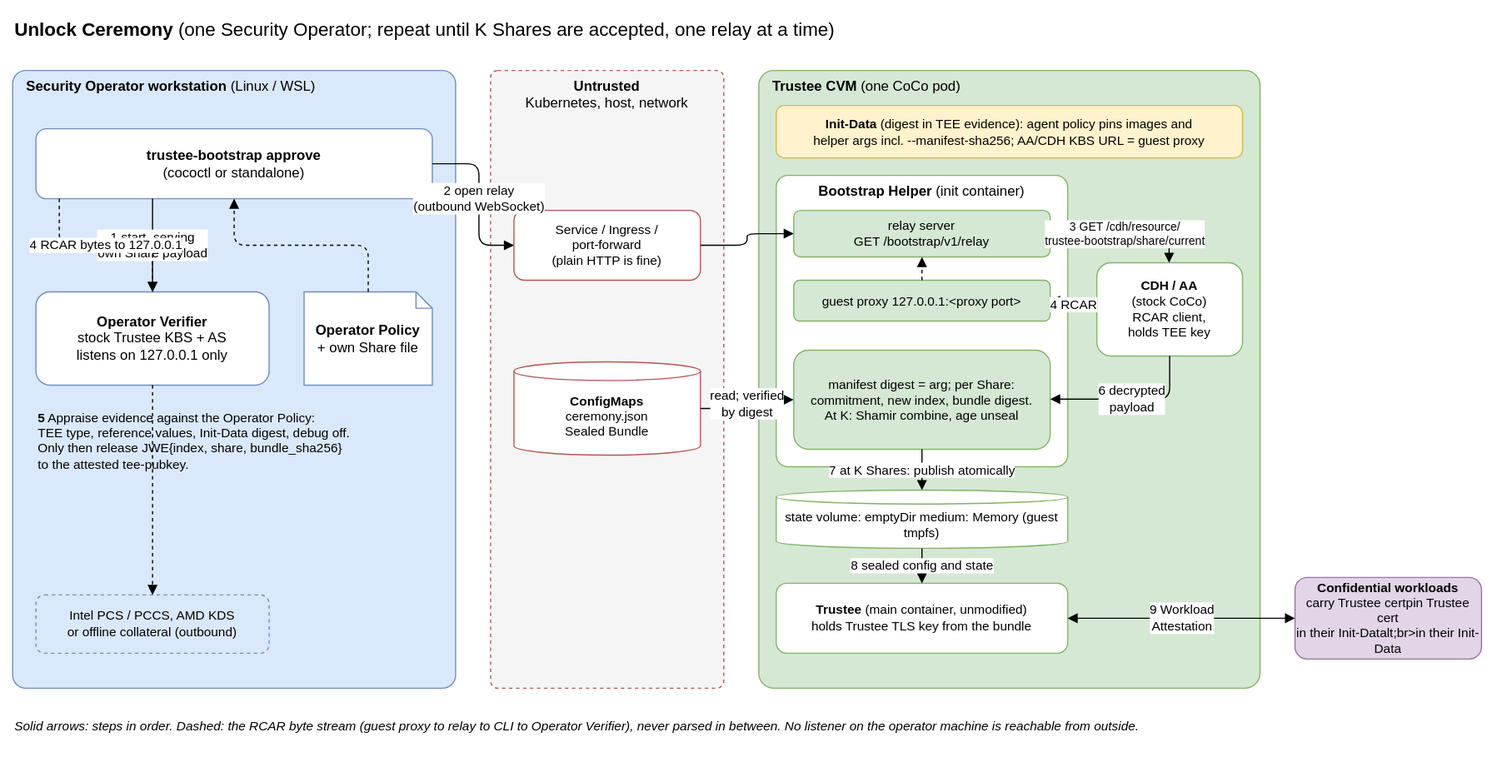
Before: docs/diagrams/unlock-ceremony.drawio.svg, a diagram exported from draw.io (bpradipt/trustee-bootstrap). Source tidied: cells renumbered, new cells last; positions are measured from the earlier drawing's top-left corner, leaving out a move shared by most shapes.
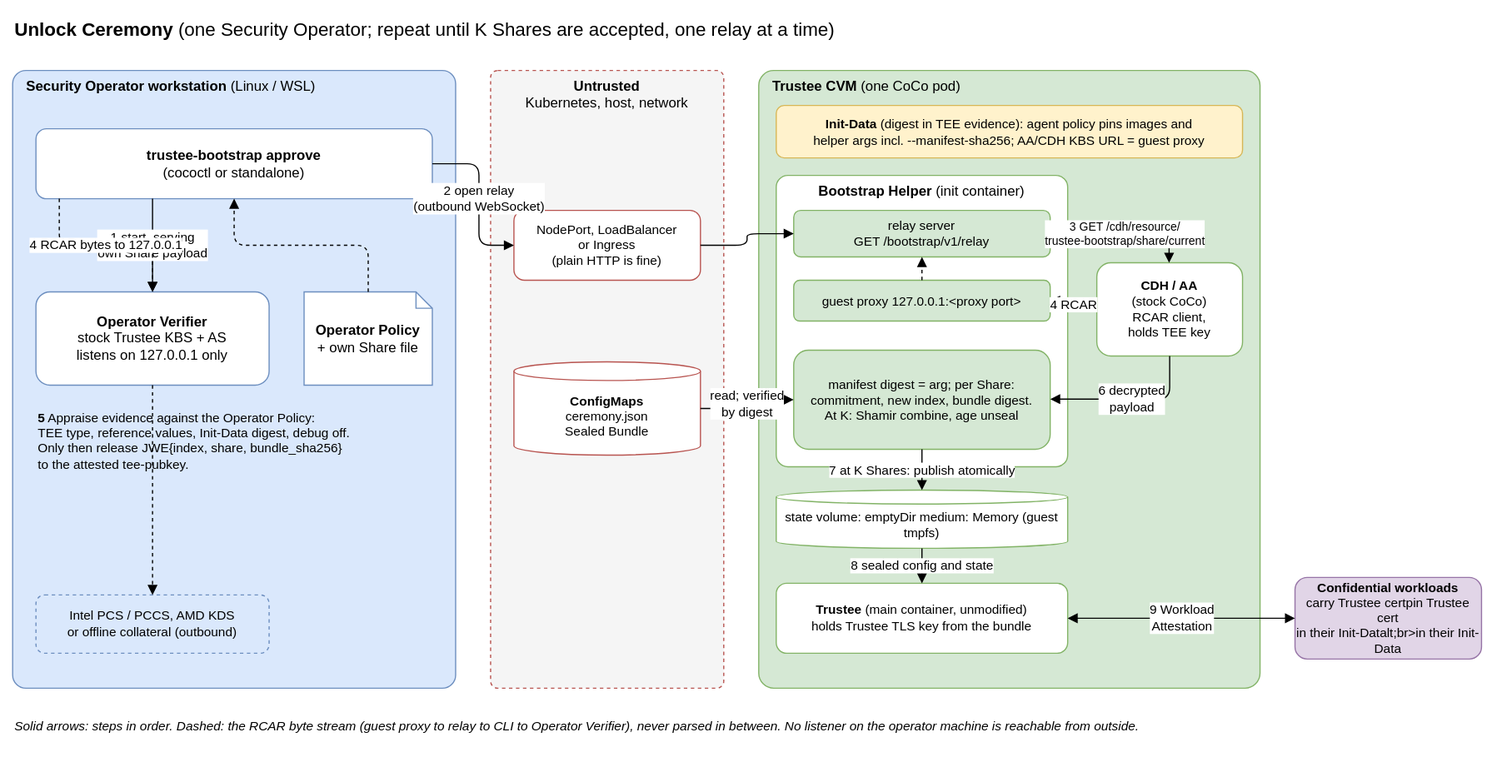
Later version of the same file.

Commit message:
Stop suggesting kubectl port-forward to reach the helper

The edit, as a diff of the source:
```diff
@@ -26,7 +26,7 @@
     <mxCell id="9" value="&lt;b&gt;Untrusted&lt;/b&gt;&lt;br&gt;Kubernetes, host, network" style="rounded=1;arcSize=3;dashed=1;whiteSpace=wrap;html=1;verticalAlign=top;fillColor=#f5f5f5;strokeColor=#b85450;" parent="1" vertex="1">
       <mxGeometry x="410" y="50" width="200" height="530" as="geometry" />
     </mxCell>
-    <mxCell id="10" value="Service / Ingress /&lt;br&gt;port-forward&lt;br&gt;(plain HTTP is fine)" style="rounded=1;whiteSpace=wrap;html=1;fillColor=#ffffff;strokeColor=#b85450;fontSize=11;" parent="1" vertex="1">
+    <mxCell id="10" value="NodePort, LoadBalancer&lt;br&gt;or Ingress&lt;br&gt;(plain HTTP is fine)" style="rounded=1;whiteSpace=wrap;html=1;fillColor=#ffffff;strokeColor=#b85450;fontSize=11;" parent="1" vertex="1">
       <mxGeometry x="430" y="170" width="160" height="60" as="geometry" />
     </mxCell>
     <mxCell id="11" value="&lt;b&gt;ConfigMaps&lt;/b&gt;&lt;br&gt;ceremony.json&lt;br&gt;Sealed Bundle" style="shape=cylinder3;boundedLbl=1;size=8;whiteSpace=wrap;html=1;fillColor=#ffffff;strokeColor=#b85450;fontSize=11;" parent="1" vertex="1">
```
